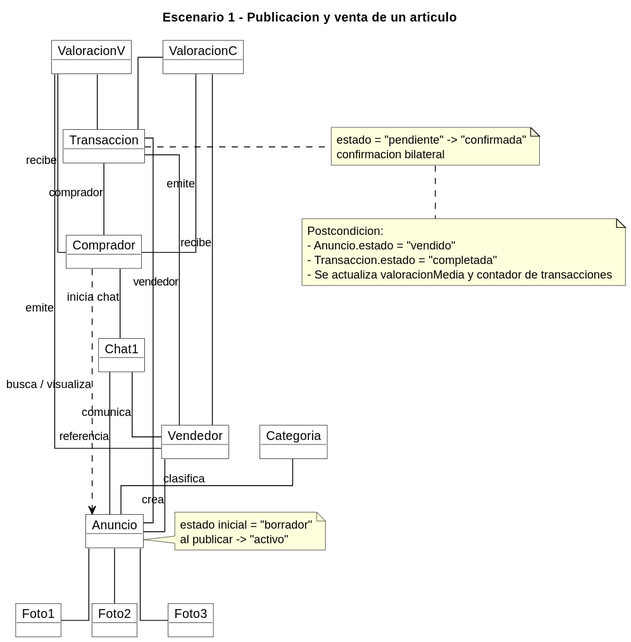
Above: recursos/Escenario1.svg in NBP6099/WallapopEstudiante (PlantUML), before the change. Its diagram source:
```plantuml
@startuml
title Escenario 1 - Publicacion y venta de un articulo
skinparam classAttributeIconSize 0
skinparam linetype ortho
skinparam defaultFontName Helvetica
skinparam objectBorderColor Black
skinparam objectBackgroundColor White
skinparam ArrowColor Black
skinparam Shadowing false

object Vendedor
object Comprador
object Anuncio
object Categoria
object Foto1
object Foto2
object Foto3
object Chat1
object Transaccion
object ValoracionC
object ValoracionV

Vendedor -- Anuncio : crea
Categoria -- Anuncio : clasifica
Anuncio -- Foto1
Anuncio -- Foto2
Anuncio -- Foto3

note right of Anuncio
estado inicial = "borrador"
al publicar -> "activo"
end note

Comprador ..> Anuncio : busca / visualiza
Comprador -- Chat1 : inicia chat
Chat1 -- Vendedor : comunica
Chat1 -- Anuncio : referencia

Transaccion -- Anuncio
Transaccion -- Vendedor : vendedor
Transaccion -- Comprador : comprador

note right of Transaccion
estado = "pendiente" -> "confirmada"
confirmacion bilateral
end note

ValoracionC -- Comprador : emite
ValoracionC -- Vendedor : recibe
ValoracionC -- Transaccion

ValoracionV -- Vendedor : emite
ValoracionV -- Comprador : recibe
ValoracionV -- Transaccion

note bottom
Postcondicion:
- Anuncio.estado = "vendido"
- Transaccion.estado = "completada"
- Se actualiza valoracionMedia y contador de transacciones
end note
@enduml
```
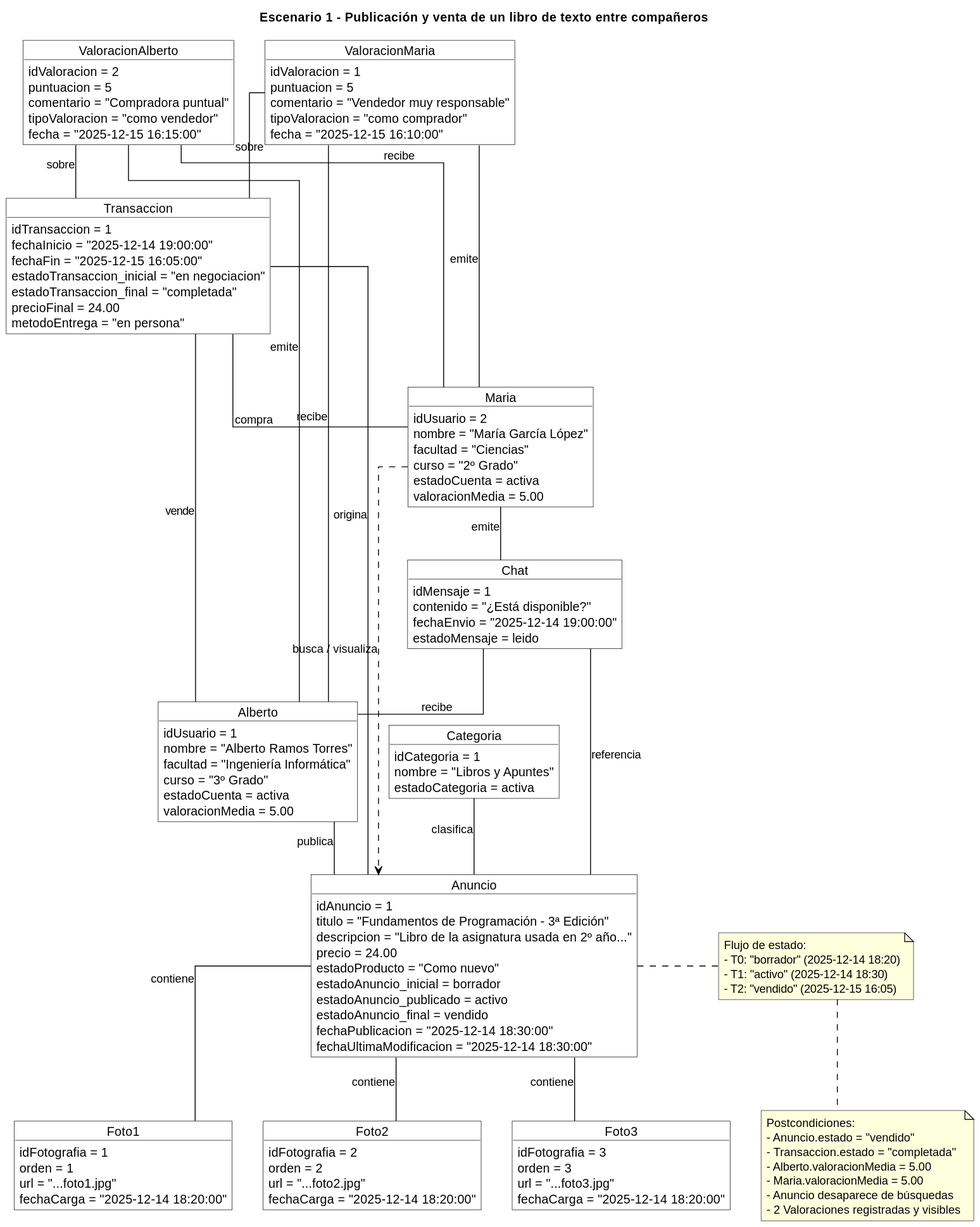
The same file after the commit.

What changed in the source:
```diff
@@ -1,5 +1,5 @@
 @startuml
-title Escenario 1 - Publicacion y venta de un articulo
+title Escenario 1 - Publicación y venta de un libro de texto entre compañeros
 skinparam classAttributeIconSize 0
 skinparam linetype ortho
 skinparam defaultFontName Helvetica
@@ -8,55 +8,134 @@
 skinparam ArrowColor Black
 skinparam Shadowing false
 
-object Vendedor
-object Comprador
-object Anuncio
-object Categoria
-object Foto1
-object Foto2
-object Foto3
-object Chat1
-object Transaccion
-object ValoracionC
-object ValoracionV
+object Alberto {
+  idUsuario = 1
+  nombre = "Alberto Ramos Torres"
+  facultad = "Ingeniería Informática"
+  curso = "3º Grado"
+  estadoCuenta = activa
+  valoracionMedia = 5.00
+}
 
-Vendedor -- Anuncio : crea
+object Maria {
+  idUsuario = 2
+  nombre = "María García López"
+  facultad = "Ciencias"
+  curso = "2º Grado"
+  estadoCuenta = activa
+  valoracionMedia = 5.00
+}
+
+object Categoria {
+  idCategoria = 1
+  nombre = "Libros y Apuntes"
+  estadoCategoria = activa
+}
+
+object Anuncio {
+  idAnuncio = 1
+  titulo = "Fundamentos de Programación - 3ª Edición"
+  descripcion = "Libro de la asignatura usada en 2º año..."
+  precio = 24.00
+  estadoProducto = "Como nuevo"
+  estadoAnuncio_inicial = borrador
+  estadoAnuncio_publicado = activo
+  estadoAnuncio_final = vendido
+  fechaPublicacion = "2025-12-14 18:30:00"
+  fechaUltimaModificacion = "2025-12-14 18:30:00"
+}
+
+object Foto1 {
+  idFotografia = 1
+  orden = 1
+  url = "...foto1.jpg"
+  fechaCarga = "2025-12-14 18:20:00"
+}
+
+object Foto2 {
+  idFotografia = 2
+  orden = 2
+  url = "...foto2.jpg"
+  fechaCarga = "2025-12-14 18:20:00"
+}
+
+object Foto3 {
+  idFotografia = 3
+  orden = 3
+  url = "...foto3.jpg"
+  fechaCarga = "2025-12-14 18:20:00"
+}
+
+object Chat {
+  idMensaje = 1
+  contenido = "¿Está disponible?"
+  fechaEnvio = "2025-12-14 19:00:00"
+  estadoMensaje = leido
+}
+
+object Transaccion {
+  idTransaccion = 1
+  fechaInicio = "2025-12-14 19:00:00"
+  fechaFin = "2025-12-15 16:05:00"
+  estadoTransaccion_inicial = "en negociacion"
+  estadoTransaccion_final = "completada"
+  precioFinal = 24.00
+  metodoEntrega = "en persona"
+}
+
+object ValoracionMaria {
+  idValoracion = 1
+  puntuacion = 5
+  comentario = "Vendedor muy responsable"
+  tipoValoracion = "como comprador"
+  fecha = "2025-12-15 16:10:00"
+}
+
+object ValoracionAlberto {
+  idValoracion = 2
+  puntuacion = 5
+  comentario = "Compradora puntual"
+  tipoValoracion = "como vendedor"
+  fecha = "2025-12-15 16:15:00"
+}
+
+Alberto -- Anuncio : publica
 Categoria -- Anuncio : clasifica
-Anuncio -- Foto1
-Anuncio -- Foto2
-Anuncio -- Foto3
+Anuncio -- Foto1 : contiene
+Anuncio -- Foto2 : contiene
+Anuncio -- Foto3 : contiene
+
+Maria ..> Anuncio : busca / visualiza
+Maria -- Chat : emite
+Chat -- Alberto : recibe
+Chat -- Anuncio : referencia
+
+Transaccion -- Anuncio : origina
+Transaccion -- Alberto : vende
+Transaccion -- Maria : compra
+
+ValoracionMaria -- Maria : emite
+ValoracionMaria -- Alberto : recibe
+ValoracionMaria -- Transaccion : sobre
+
+ValoracionAlberto -- Alberto : emite
+ValoracionAlberto -- Maria : recibe
+ValoracionAlberto -- Transaccion : sobre
 
 note right of Anuncio
-estado inicial = "borrador"
-al publicar -> "activo"
+Flujo de estado:
+- T0: "borrador" (2025-12-14 18:20)
+- T1: "activo" (2025-12-14 18:30)
+- T2: "vendido" (2025-12-15 16:05)
 end note
 
-Comprador ..> Anuncio : busca / visualiza
-Comprador -- Chat1 : inicia chat
-Chat1 -- Vendedor : comunica
-Chat1 -- Anuncio : referencia
-
-Transaccion -- Anuncio
-Transaccion -- Vendedor : vendedor
-Transaccion -- Comprador : comprador
-
-note right of Transaccion
-estado = "pendiente" -> "confirmada"
-confirmacion bilateral
-end note
-
-ValoracionC -- Comprador : emite
-ValoracionC -- Vendedor : recibe
-ValoracionC -- Transaccion
-
-ValoracionV -- Vendedor : emite
-ValoracionV -- Comprador : recibe
-ValoracionV -- Transaccion
-
 note bottom
-Postcondicion:
+Postcondiciones:
 - Anuncio.estado = "vendido"
 - Transaccion.estado = "completada"
-- Se actualiza valoracionMedia y contador de transacciones
+- Alberto.valoracionMedia = 5.00
+- Maria.valoracionMedia = 5.00
+- Anuncio desaparece de búsquedas
+- 2 Valoraciones registradas y visibles
 end note
 @enduml
```
